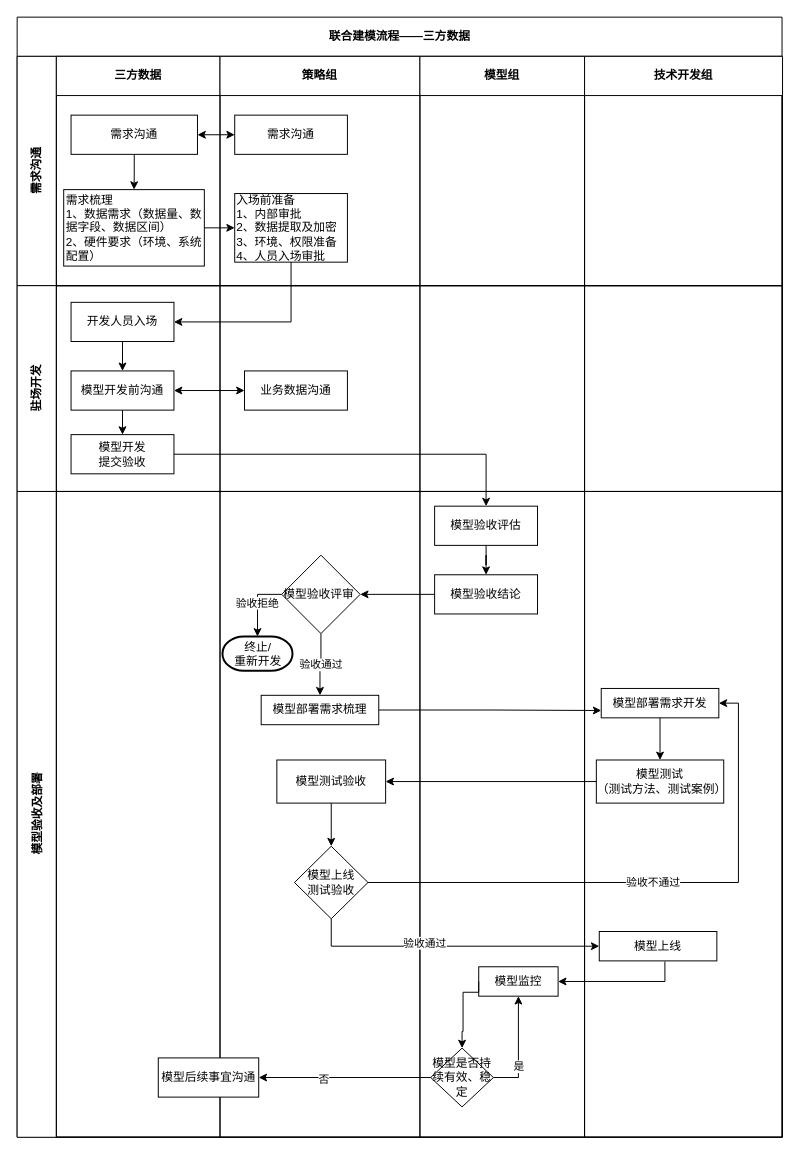
Before: page "三方" (2 of 2) of 建模流程.drawio in rayboom/books, a draw.io diagram. Source tidied: cells renumbered, new cells numbered last; positions are measured from the earlier drawing's top-left corner, leaving out a move shared by most shapes. Both pictures are drawn from the tidied source at 98%, with x=0, y=0 at pixel (17, 17).
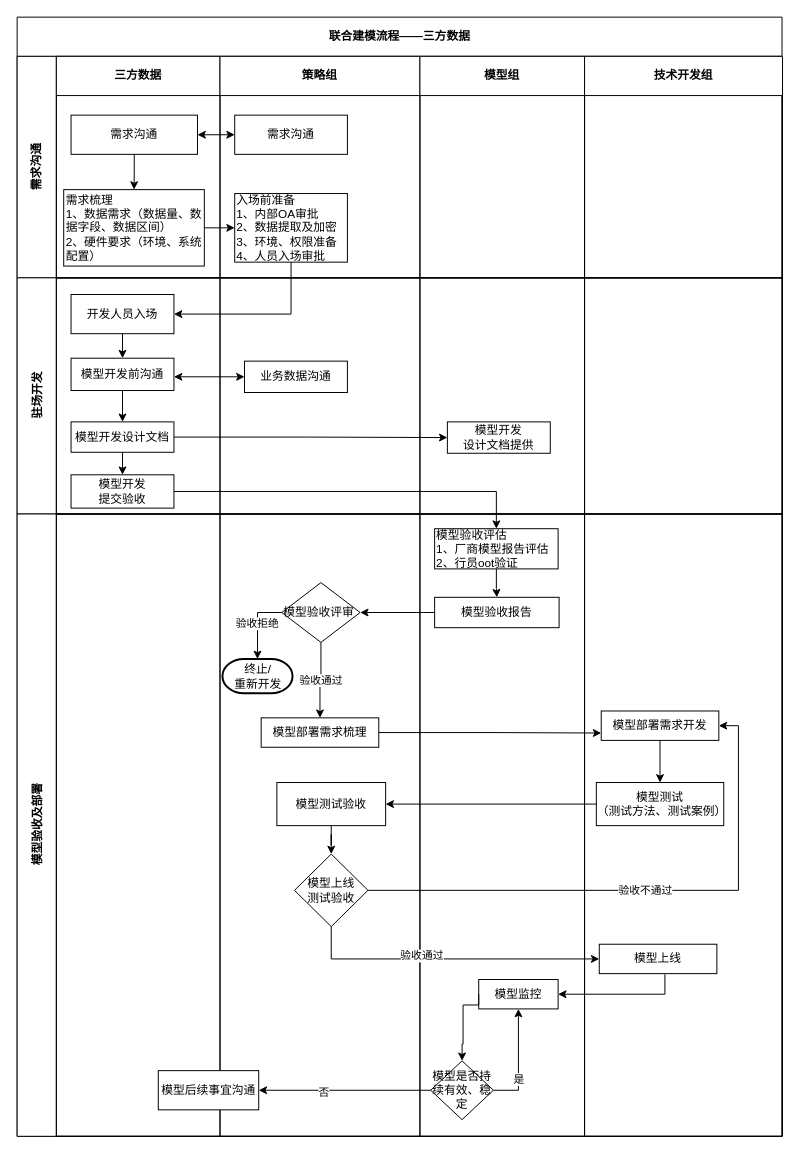
The same page after the edit.

Change to the diagram source:
```diff
@@
     <mxCell id="2" value="联合建模流程——三方数据" style="shape=table;childLayout=tableLayout;rowLines=0;columnLines=0;startSize=40;html=1;whiteSpace=wrap;fontStyle=1;align=center;" parent="1" vertex="1">
-      <mxGeometry width="780.5" height="1142.7" as="geometry" />
+      <mxGeometry width="780.5" height="1142" as="geometry" />
     </mxCell>
     <mxCell id="3" value="需求沟通" style="swimlane;horizontal=0;startSize=40;html=1;whiteSpace=wrap;fontStyle=1;" parent="2" vertex="1">
-      <mxGeometry y="40" width="780.5" height="234" as="geometry" />
+      <mxGeometry y="40" width="780.5" height="226" as="geometry" />
     </mxCell>
     <mxCell id="4" value="三方数据" style="swimlane;startSize=40;html=1;whiteSpace=wrap;" parent="3" vertex="1">
-      <mxGeometry x="40" width="167" height="234" as="geometry" />
+      <mxGeometry x="40" width="167" height="226" as="geometry" />
     </mxCell>
@@
     <mxCell id="8" value="策略组" style="swimlane;startSize=40;html=1;whiteSpace=wrap;" parent="3" vertex="1">
-      <mxGeometry x="207" width="204" height="234" as="geometry" />
+      <mxGeometry x="207" width="204" height="226" as="geometry" />
     </mxCell>
@@
-    <mxCell id="11" value="入场前准备&lt;br&gt;1、内部审批&lt;br&gt;2、数据提取及加密&lt;br&gt;3、环境、权限准备&lt;br&gt;4、人员入场审批" style="whiteSpace=wrap;html=1;rounded=0;align=left;" parent="8" vertex="1">
+    <mxCell id="11" value="入场前准备&lt;br&gt;1、内部OA审批&lt;br&gt;2、数据提取及加密&lt;br&gt;3、环境、权限准备&lt;br&gt;4、人员入场审批" style="whiteSpace=wrap;html=1;rounded=0;align=left;" parent="8" vertex="1">
       <mxGeometry x="15" y="140" width="115" height="70" as="geometry" />
     </mxCell>
     <mxCell id="12" value="模型组" style="swimlane;startSize=40;html=1;whiteSpace=wrap;" parent="3" vertex="1">
-      <mxGeometry x="411" width="168" height="234" as="geometry" />
+      <mxGeometry x="411" width="168" height="226" as="geometry" />
     </mxCell>
     <mxCell id="13" value="技术开发组" style="swimlane;startSize=40;html=1;whiteSpace=wrap;" parent="3" vertex="1">
-      <mxGeometry x="579" width="202" height="234" as="geometry" />
+      <mxGeometry x="579" width="202" height="226" as="geometry" />
     </mxCell>
@@
     <mxCell id="15" value="驻场开发" style="swimlane;horizontal=0;startSize=40;html=1;whiteSpace=wrap;" parent="2" vertex="1">
-      <mxGeometry y="274" width="780.5" height="210" as="geometry" />
+      <mxGeometry y="266" width="780.5" height="241" as="geometry" />
     </mxCell>
     <mxCell id="16" style="swimlane;startSize=0;html=1;whiteSpace=wrap;" parent="15" vertex="1">
-      <mxGeometry x="40" width="167" height="210" as="geometry" />
+      <mxGeometry x="40" width="167" height="241" as="geometry" />
     </mxCell>
@@
+    <mxCell id="64" style="edgeStyle=orthogonalEdgeStyle;rounded=0;jettySize=auto;html=1;exitX=0.5;exitY=1;exitDx=0;exitDy=0;entryX=0.5;entryY=0;entryDx=0;entryDy=0;" parent="16" edge="1" source="18" target="66">
+      <mxGeometry relative="1" as="geometry" />
+    </mxCell>
     <mxCell id="18" value="模型开发前沟通" style="rounded=0;whiteSpace=wrap;html=1;" parent="16" vertex="1">
-      <mxGeometry x="15" y="87" width="105" height="40" as="geometry" />
+      <mxGeometry x="15" y="82" width="105" height="33" as="geometry" />
     </mxCell>
@@
     <mxCell id="20" value="模型开发&lt;br&gt;提交验收" style="rounded=0;whiteSpace=wrap;html=1;" parent="16" vertex="1">
-      <mxGeometry x="15" y="152" width="105" height="40" as="geometry" />
+      <mxGeometry x="15" y="201" width="105" height="34" as="geometry" />
     </mxCell>
-    <mxCell id="21" style="edgeStyle=orthogonalEdgeStyle;rounded=0;jettySize=auto;html=1;" parent="16" edge="1" source="18" target="20">
-      <mxGeometry relative="1" as="geometry" />
-    </mxCell>
     <mxCell id="22" style="endArrow=classic;startArrow=classic;html=1;entryX=0;entryY=0.5;entryDx=0;entryDy=0;" parent="16" edge="1" target="24">
       <mxGeometry relative="1" as="geometry">
-        <mxPoint x="120" y="107" as="sourcePoint" />
+        <mxPoint x="120" y="101" as="sourcePoint" />
       </mxGeometry>
     </mxCell>
+    <mxCell id="65" style="edgeStyle=orthogonalEdgeStyle;rounded=0;jettySize=auto;html=1;exitX=0.5;exitY=1;exitDx=0;exitDy=0;entryX=0.5;entryY=0;entryDx=0;entryDy=0;" parent="16" edge="1" source="66" target="20">
+      <mxGeometry relative="1" as="geometry" />
+    </mxCell>
+    <mxCell id="66" value="模型开发设计文档" style="rounded=0;whiteSpace=wrap;html=1;" parent="16" vertex="1">
+      <mxGeometry x="15" y="147" width="105" height="31" as="geometry" />
+    </mxCell>
     <mxCell id="23" style="swimlane;startSize=0;html=1;whiteSpace=wrap;" parent="15" vertex="1">
-      <mxGeometry x="207" width="204" height="210" as="geometry" />
+      <mxGeometry x="207" width="204" height="241" as="geometry" />
     </mxCell>
     <mxCell id="24" value="业务数据沟通" style="rounded=0;whiteSpace=wrap;html=1;" parent="23" vertex="1">
-      <mxGeometry x="25" y="87" width="105" height="40" as="geometry" />
+      <mxGeometry x="25" y="85" width="105" height="32" as="geometry" />
     </mxCell>
     <mxCell id="25" style="swimlane;startSize=0;html=1;whiteSpace=wrap;" parent="15" vertex="1">
-      <mxGeometry x="411" width="168" height="210" as="geometry" />
+      <mxGeometry x="411" width="168" height="241" as="geometry" />
     </mxCell>
+    <mxCell id="67" value="模型开发&lt;br&gt;设计文档提供" style="rounded=0;whiteSpace=wrap;html=1;" parent="25" vertex="1">
+      <mxGeometry x="28" y="147" width="105" height="32" as="geometry" />
+    </mxCell>
     <mxCell id="26" style="swimlane;startSize=0;html=1;whiteSpace=wrap;" parent="15" vertex="1">
-      <mxGeometry x="579" width="202" height="210" as="geometry" />
+      <mxGeometry x="579" width="202" height="241" as="geometry" />
     </mxCell>
+    <mxCell id="68" style="edgeStyle=orthogonalEdgeStyle;rounded=0;jettySize=auto;html=1;" parent="15" edge="1" source="66" target="67">
+      <mxGeometry relative="1" as="geometry" />
+    </mxCell>
     <mxCell id="27" value="模型验收及部署" style="swimlane;horizontal=0;startSize=40;html=1;whiteSpace=wrap;" parent="2" vertex="1">
-      <mxGeometry y="484" width="780.5" height="659" as="geometry" />
+      <mxGeometry y="507" width="780.5" height="635" as="geometry" />
     </mxCell>
     <mxCell id="28" style="swimlane;startSize=0;html=1;whiteSpace=wrap;" parent="27" vertex="1">
-      <mxGeometry x="40" width="167" height="659" as="geometry" />
+      <mxGeometry x="40" width="167" height="635" as="geometry" />
     </mxCell>
     <mxCell id="29" style="swimlane;startSize=0;html=1;whiteSpace=wrap;" parent="27" vertex="1">
-      <mxGeometry x="207" width="204" height="659" as="geometry" />
+      <mxGeometry x="207" width="204" height="635" as="geometry" />
     </mxCell>
@@
     <mxCell id="31" value="模型是否持续有效、稳定" style="rhombus;whiteSpace=wrap;html=1;" parent="29" vertex="1">
-      <mxGeometry x="215" y="568" width="64" height="60" as="geometry" />
+      <mxGeometry x="215" y="558" width="64" height="60" as="geometry" />
     </mxCell>
@@
     <mxCell id="34" value="模型验收评审" style="rhombus;whiteSpace=wrap;html=1;align=left;" parent="29" vertex="1">
-      <mxGeometry x="63" y="65" width="80" height="80" as="geometry" />
+      <mxGeometry x="63" y="70" width="80" height="61" as="geometry" />
     </mxCell>
@@
     <mxCell id="36" value="模型后续事宜沟通" style="whiteSpace=wrap;html=1;" parent="29" vertex="1">
-      <mxGeometry x="-63" y="578" width="102.5" height="40" as="geometry" />
+      <mxGeometry x="-63" y="568" width="102.5" height="40" as="geometry" />
     </mxCell>
@@
     <mxCell id="39" style="swimlane;startSize=0;html=1;whiteSpace=wrap;" parent="27" vertex="1">
-      <mxGeometry x="411" width="168" height="659" as="geometry" />
+      <mxGeometry x="411" width="168" height="635" as="geometry" />
     </mxCell>
-    <mxCell id="40" value="模型验收评估" style="rounded=0;whiteSpace=wrap;html=1;" parent="39" vertex="1">
-      <mxGeometry x="15" y="15" width="105" height="40" as="geometry" />
+    <mxCell id="40" value="模型验收评估&lt;br&gt;1、厂商模型报告评估&lt;br&gt;2、行员oot验证" style="rounded=0;whiteSpace=wrap;html=1;align=left;" parent="39" vertex="1">
+      <mxGeometry x="15" y="15" width="126" height="41" as="geometry" />
     </mxCell>
-    <mxCell id="41" value="模型验收结论" style="rounded=0;whiteSpace=wrap;html=1;" parent="39" vertex="1">
-      <mxGeometry x="15" y="85" width="105" height="40" as="geometry" />
+    <mxCell id="41" value="模型验收报告" style="rounded=0;whiteSpace=wrap;html=1;" parent="39" vertex="1">
+      <mxGeometry x="15" y="85" width="127" height="31" as="geometry" />
     </mxCell>
@@
     <mxCell id="45" value="模型上线&lt;br&gt;测试验收" style="rhombus;whiteSpace=wrap;html=1;align=center;" parent="39" vertex="1">
-      <mxGeometry x="-128" y="362" width="75" height="74" as="geometry" />
+      <mxGeometry x="-128" y="347" width="75" height="74" as="geometry" />
     </mxCell>
     <mxCell id="46" value="模型监控" style="whiteSpace=wrap;html=1;rounded=0;" parent="39" vertex="1">
-      <mxGeometry x="60" y="485" width="81" height="30" as="geometry" />
+      <mxGeometry x="60" y="475" width="81" height="30" as="geometry" />
     </mxCell>
     <mxCell id="47" style="swimlane;startSize=0;html=1;whiteSpace=wrap;" parent="27" vertex="1">
-      <mxGeometry x="579" width="202" height="659" as="geometry" />
+      <mxGeometry x="579" width="202" height="635" as="geometry" />
     </mxCell>
@@
     <mxCell id="51" value="模型上线" style="whiteSpace=wrap;html=1;rounded=0;" parent="47" vertex="1">
-      <mxGeometry x="15" y="449" width="120" height="30" as="geometry" />
+      <mxGeometry x="15" y="439" width="120" height="30" as="geometry" />
     </mxCell>
@@
     <mxCell id="59" style="edgeStyle=orthogonalEdgeStyle;rounded=0;jettySize=auto;html=1;entryX=0.5;entryY=0;entryDx=0;entryDy=0;exitX=0;exitY=0.5;exitDx=0;exitDy=0;" parent="27" edge="1" source="46" target="31">
       <mxGeometry relative="1" as="geometry">
         <Array as="points">
-          <mxPoint x="471" y="511" />
-          <mxPoint x="455" y="511" />
-          <mxPoint x="455" y="551" />
+          <mxPoint x="471" y="501" />
+          <mxPoint x="455" y="501" />
+          <mxPoint x="455" y="541" />
         </Array>
       </mxGeometry>
     </mxCell>
```
